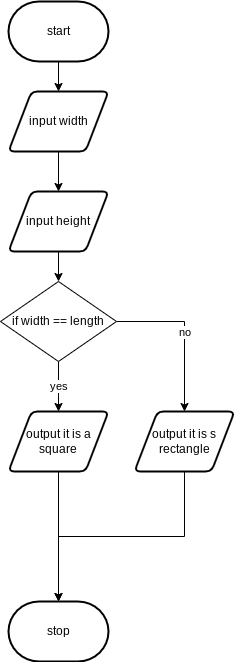
devin-jhu/ICS3U-Assignment3-Python keeps this draw.io diagram as flow.png. Above is the earlier version. Source tidied: cells renumbered, new cells last; positions are measured from the earlier drawing's top-left corner, leaving out a move shared by most shapes. Its diagram source:
```xml
<mxGraphModel>
  <root>
    <mxCell id="0" />
    <mxCell id="1" parent="0" />
    <mxCell id="2" style="edgeStyle=none;html=1;exitX=0.5;exitY=1;exitDx=0;exitDy=0;exitPerimeter=0;entryX=0.5;entryY=0;entryDx=0;entryDy=0;" parent="1" edge="1" source="3" target="5">
      <mxGeometry relative="1" as="geometry" />
    </mxCell>
    <mxCell id="3" value="start" style="strokeWidth=2;html=1;shape=mxgraph.flowchart.terminator;whiteSpace=wrap;" parent="1" vertex="1">
      <mxGeometry x="8" width="100" height="60" as="geometry" />
    </mxCell>
    <mxCell id="4" style="edgeStyle=orthogonalEdgeStyle;rounded=0;html=1;exitX=0.5;exitY=1;exitDx=0;exitDy=0;" parent="1" edge="1" source="5" target="15">
      <mxGeometry relative="1" as="geometry" />
    </mxCell>
    <mxCell id="5" value="input width" style="shape=parallelogram;html=1;strokeWidth=2;perimeter=parallelogramPerimeter;whiteSpace=wrap;rounded=1;arcSize=12;size=0.23;" parent="1" vertex="1">
      <mxGeometry x="8" y="90" width="100" height="60" as="geometry" />
    </mxCell>
    <mxCell id="6" style="edgeStyle=orthogonalEdgeStyle;rounded=0;html=1;exitX=0.5;exitY=1;exitDx=0;exitDy=0;entryX=0.5;entryY=0;entryDx=0;entryDy=0;entryPerimeter=0;" parent="1" edge="1" source="7" target="8">
      <mxGeometry relative="1" as="geometry" />
    </mxCell>
    <mxCell id="7" value="output it is a square" style="shape=parallelogram;html=1;strokeWidth=2;perimeter=parallelogramPerimeter;whiteSpace=wrap;rounded=1;arcSize=12;size=0.23;" parent="1" vertex="1">
      <mxGeometry x="8" y="410" width="100" height="60" as="geometry" />
    </mxCell>
    <mxCell id="8" value="stop" style="strokeWidth=2;html=1;shape=mxgraph.flowchart.terminator;whiteSpace=wrap;" parent="1" vertex="1">
      <mxGeometry x="8" y="600" width="100" height="60" as="geometry" />
    </mxCell>
    <mxCell id="9" value="yes" style="edgeStyle=none;html=1;exitX=0.5;exitY=1;exitDx=0;exitDy=0;entryX=0.5;entryY=0;entryDx=0;entryDy=0;" parent="1" edge="1" source="11" target="7">
      <mxGeometry relative="1" as="geometry" />
    </mxCell>
    <mxCell id="10" value="no" style="edgeStyle=orthogonalEdgeStyle;html=1;exitX=1;exitY=0.5;exitDx=0;exitDy=0;entryX=0.5;entryY=0;entryDx=0;entryDy=0;rounded=0;" parent="1" edge="1" source="11" target="13">
      <mxGeometry relative="1" as="geometry" />
    </mxCell>
    <mxCell id="11" value="if width == length" style="rhombus;whiteSpace=wrap;html=1;" parent="1" vertex="1">
      <mxGeometry y="280" width="116" height="80" as="geometry" />
    </mxCell>
    <mxCell id="12" style="edgeStyle=orthogonalEdgeStyle;rounded=0;html=1;exitX=0.5;exitY=1;exitDx=0;exitDy=0;entryX=0.5;entryY=0;entryDx=0;entryDy=0;entryPerimeter=0;" parent="1" edge="1" source="13" target="8">
      <mxGeometry relative="1" as="geometry" />
    </mxCell>
    <mxCell id="13" value="output it is s rectangle" style="shape=parallelogram;html=1;strokeWidth=2;perimeter=parallelogramPerimeter;whiteSpace=wrap;rounded=1;arcSize=12;size=0.23;" parent="1" vertex="1">
      <mxGeometry x="134" y="410" width="100" height="60" as="geometry" />
    </mxCell>
    <mxCell id="14" style="edgeStyle=orthogonalEdgeStyle;rounded=0;html=1;exitX=0.5;exitY=1;exitDx=0;exitDy=0;" parent="1" edge="1" source="15" target="11">
      <mxGeometry relative="1" as="geometry" />
    </mxCell>
    <mxCell id="15" value="input height" style="shape=parallelogram;html=1;strokeWidth=2;perimeter=parallelogramPerimeter;whiteSpace=wrap;rounded=1;arcSize=12;size=0.23;" parent="1" vertex="1">
      <mxGeometry x="8" y="190" width="100" height="60" as="geometry" />
    </mxCell>
  </root>
</mxGraphModel>
```
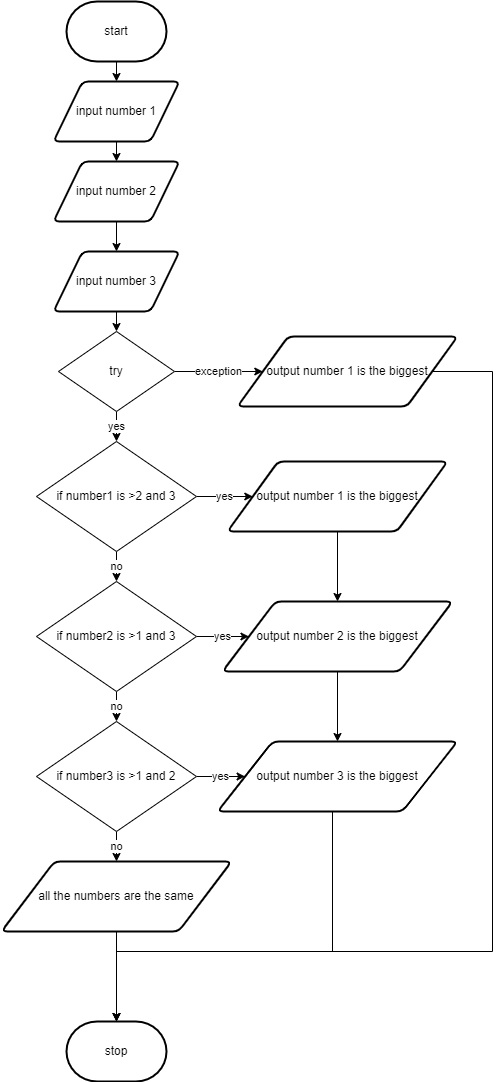
Above is the later version.

The edit, as a diff of the source:
```diff
@@ -11,38 +11,100 @@
     <mxCell id="4" style="edgeStyle=orthogonalEdgeStyle;rounded=0;html=1;exitX=0.5;exitY=1;exitDx=0;exitDy=0;" parent="1" edge="1" source="5" target="15">
       <mxGeometry relative="1" as="geometry" />
     </mxCell>
-    <mxCell id="5" value="input width" style="shape=parallelogram;html=1;strokeWidth=2;perimeter=parallelogramPerimeter;whiteSpace=wrap;rounded=1;arcSize=12;size=0.23;" parent="1" vertex="1">
-      <mxGeometry x="8" y="90" width="100" height="60" as="geometry" />
+    <mxCell id="5" value="input number 1" style="shape=parallelogram;html=1;strokeWidth=2;perimeter=parallelogramPerimeter;whiteSpace=wrap;rounded=1;arcSize=12;size=0.23;" parent="1" vertex="1">
+      <mxGeometry x="-5" y="80" width="126" height="60" as="geometry" />
     </mxCell>
-    <mxCell id="6" style="edgeStyle=orthogonalEdgeStyle;rounded=0;html=1;exitX=0.5;exitY=1;exitDx=0;exitDy=0;entryX=0.5;entryY=0;entryDx=0;entryDy=0;entryPerimeter=0;" parent="1" edge="1" source="7" target="8">
-      <mxGeometry relative="1" as="geometry" />
-    </mxCell>
-    <mxCell id="7" value="output it is a square" style="shape=parallelogram;html=1;strokeWidth=2;perimeter=parallelogramPerimeter;whiteSpace=wrap;rounded=1;arcSize=12;size=0.23;" parent="1" vertex="1">
-      <mxGeometry x="8" y="410" width="100" height="60" as="geometry" />
-    </mxCell>
     <mxCell id="8" value="stop" style="strokeWidth=2;html=1;shape=mxgraph.flowchart.terminator;whiteSpace=wrap;" parent="1" vertex="1">
-      <mxGeometry x="8" y="600" width="100" height="60" as="geometry" />
+      <mxGeometry x="8" y="1020" width="100" height="60" as="geometry" />
     </mxCell>
-    <mxCell id="9" value="yes" style="edgeStyle=none;html=1;exitX=0.5;exitY=1;exitDx=0;exitDy=0;entryX=0.5;entryY=0;entryDx=0;entryDy=0;" parent="1" edge="1" source="11" target="7">
-      <mxGeometry relative="1" as="geometry" />
-    </mxCell>
-    <mxCell id="10" value="no" style="edgeStyle=orthogonalEdgeStyle;html=1;exitX=1;exitY=0.5;exitDx=0;exitDy=0;entryX=0.5;entryY=0;entryDx=0;entryDy=0;rounded=0;" parent="1" edge="1" source="11" target="13">
-      <mxGeometry relative="1" as="geometry" />
-    </mxCell>
+    <mxCell id="16" value="yes" style="edgeStyle=none;html=1;exitX=1;exitY=0.5;exitDx=0;exitDy=0;entryX=0;entryY=0.5;entryDx=0;entryDy=0;" parent="1" edge="1" source="11" target="27">
+      <mxGeometry relative="1" as="geometry" />
+    </mxCell>
+    <mxCell id="17" value="no" style="edgeStyle=none;html=1;exitX=0.5;exitY=1;exitDx=0;exitDy=0;entryX=0.5;entryY=0;entryDx=0;entryDy=0;" parent="1" edge="1" source="11" target="22">
+      <mxGeometry relative="1" as="geometry" />
+    </mxCell>
-    <mxCell id="11" value="if width == length" style="rhombus;whiteSpace=wrap;html=1;" parent="1" vertex="1">
-      <mxGeometry y="280" width="116" height="80" as="geometry" />
+    <mxCell id="11" value="if number1 is &amp;gt;2 and 3" style="rhombus;whiteSpace=wrap;html=1;" parent="1" vertex="1">
+      <mxGeometry x="-22" y="440" width="160" height="110" as="geometry" />
     </mxCell>
     <mxCell id="12" style="edgeStyle=orthogonalEdgeStyle;rounded=0;html=1;exitX=0.5;exitY=1;exitDx=0;exitDy=0;entryX=0.5;entryY=0;entryDx=0;entryDy=0;entryPerimeter=0;" parent="1" edge="1" source="13" target="8">
-      <mxGeometry relative="1" as="geometry" />
+      <mxGeometry relative="1" as="geometry">
+        <Array as="points">
+          <mxPoint x="274" y="950" />
+          <mxPoint x="58" y="950" />
+        </Array>
+      </mxGeometry>
     </mxCell>
-    <mxCell id="13" value="output it is s rectangle" style="shape=parallelogram;html=1;strokeWidth=2;perimeter=parallelogramPerimeter;whiteSpace=wrap;rounded=1;arcSize=12;size=0.23;" parent="1" vertex="1">
-      <mxGeometry x="134" y="410" width="100" height="60" as="geometry" />
+    <mxCell id="13" value="output number 3 is the biggest" style="shape=parallelogram;html=1;strokeWidth=2;perimeter=parallelogramPerimeter;whiteSpace=wrap;rounded=1;arcSize=12;size=0.23;" parent="1" vertex="1">
+      <mxGeometry x="159" y="740" width="240" height="70" as="geometry" />
     </mxCell>
+    <mxCell id="18" style="edgeStyle=none;html=1;exitX=0.5;exitY=1;exitDx=0;exitDy=0;entryX=0.5;entryY=0;entryDx=0;entryDy=0;" parent="1" edge="1" source="15" target="33">
+      <mxGeometry relative="1" as="geometry" />
+    </mxCell>
+    <mxCell id="15" value="input number 2" style="shape=parallelogram;html=1;strokeWidth=2;perimeter=parallelogramPerimeter;whiteSpace=wrap;rounded=1;arcSize=12;size=0.23;" parent="1" vertex="1">
+      <mxGeometry x="-5" y="160" width="126" height="60" as="geometry" />
+    </mxCell>
+    <mxCell id="9" value="yes" style="edgeStyle=none;html=1;exitX=0.5;exitY=1;exitDx=0;exitDy=0;entryX=0.5;entryY=0;entryDx=0;entryDy=0;" parent="1" edge="1" source="14" target="11">
+      <mxGeometry relative="1" as="geometry" />
+    </mxCell>
+    <mxCell id="19" value="exception" style="edgeStyle=none;html=1;exitX=1;exitY=0.5;exitDx=0;exitDy=0;entryX=0;entryY=0.5;entryDx=0;entryDy=0;" parent="1" edge="1" source="14" target="35">
+      <mxGeometry relative="1" as="geometry" />
+    </mxCell>
-    <mxCell id="14" style="edgeStyle=orthogonalEdgeStyle;rounded=0;html=1;exitX=0.5;exitY=1;exitDx=0;exitDy=0;" parent="1" edge="1" source="15" target="11">
-      <mxGeometry relative="1" as="geometry" />
+    <mxCell id="14" value="try" style="rhombus;whiteSpace=wrap;html=1;" parent="1" vertex="1">
+      <mxGeometry y="330" width="116" height="80" as="geometry" />
     </mxCell>
-    <mxCell id="15" value="input height" style="shape=parallelogram;html=1;strokeWidth=2;perimeter=parallelogramPerimeter;whiteSpace=wrap;rounded=1;arcSize=12;size=0.23;" parent="1" vertex="1">
-      <mxGeometry x="8" y="190" width="100" height="60" as="geometry" />
-    </mxCell>
+    <mxCell id="20" value="yes" style="edgeStyle=none;html=1;exitX=1;exitY=0.5;exitDx=0;exitDy=0;entryX=0;entryY=0.5;entryDx=0;entryDy=0;" parent="1" edge="1" source="22" target="29">
+      <mxGeometry relative="1" as="geometry" />
+    </mxCell>
+    <mxCell id="21" value="no" style="edgeStyle=none;html=1;exitX=0.5;exitY=1;exitDx=0;exitDy=0;entryX=0.5;entryY=0;entryDx=0;entryDy=0;" parent="1" edge="1" source="22" target="25">
+      <mxGeometry relative="1" as="geometry" />
+    </mxCell>
+    <mxCell id="22" value="if number2 is &amp;gt;1 and 3" style="rhombus;whiteSpace=wrap;html=1;" parent="1" vertex="1">
+      <mxGeometry x="-22" y="580" width="160" height="110" as="geometry" />
+    </mxCell>
+    <mxCell id="23" value="yes" style="edgeStyle=none;html=1;exitX=1;exitY=0.5;exitDx=0;exitDy=0;entryX=0;entryY=0.5;entryDx=0;entryDy=0;" parent="1" edge="1" source="25" target="13">
+      <mxGeometry relative="1" as="geometry" />
+    </mxCell>
+    <mxCell id="24" value="no" style="edgeStyle=none;html=1;exitX=0.5;exitY=1;exitDx=0;exitDy=0;entryX=0.5;entryY=0;entryDx=0;entryDy=0;" parent="1" edge="1" source="25" target="31">
+      <mxGeometry relative="1" as="geometry" />
+    </mxCell>
+    <mxCell id="25" value="if number3 is &amp;gt;1 and 2" style="rhombus;whiteSpace=wrap;html=1;" parent="1" vertex="1">
+      <mxGeometry x="-22" y="720" width="160" height="110" as="geometry" />
+    </mxCell>
+    <mxCell id="26" style="edgeStyle=none;html=1;exitX=0.5;exitY=1;exitDx=0;exitDy=0;entryX=0.5;entryY=0;entryDx=0;entryDy=0;" parent="1" edge="1" source="27" target="29">
+      <mxGeometry relative="1" as="geometry" />
+    </mxCell>
+    <mxCell id="27" value="output number 1 is the biggest" style="shape=parallelogram;html=1;strokeWidth=2;perimeter=parallelogramPerimeter;whiteSpace=wrap;rounded=1;arcSize=12;size=0.23;" parent="1" vertex="1">
+      <mxGeometry x="169" y="460" width="220" height="70" as="geometry" />
+    </mxCell>
+    <mxCell id="28" style="edgeStyle=none;html=1;exitX=0.5;exitY=1;exitDx=0;exitDy=0;entryX=0.5;entryY=0;entryDx=0;entryDy=0;" parent="1" edge="1" source="29" target="13">
+      <mxGeometry relative="1" as="geometry" />
+    </mxCell>
+    <mxCell id="29" value="output number 2 is the biggest" style="shape=parallelogram;html=1;strokeWidth=2;perimeter=parallelogramPerimeter;whiteSpace=wrap;rounded=1;arcSize=12;size=0.23;" parent="1" vertex="1">
+      <mxGeometry x="164" y="600" width="230" height="70" as="geometry" />
+    </mxCell>
+    <mxCell id="30" style="edgeStyle=none;html=1;exitX=0.5;exitY=1;exitDx=0;exitDy=0;entryX=0.5;entryY=0;entryDx=0;entryDy=0;entryPerimeter=0;" parent="1" edge="1" source="31" target="8">
+      <mxGeometry relative="1" as="geometry" />
+    </mxCell>
+    <mxCell id="31" value="all the numbers are the same" style="shape=parallelogram;html=1;strokeWidth=2;perimeter=parallelogramPerimeter;whiteSpace=wrap;rounded=1;arcSize=12;size=0.23;" parent="1" vertex="1">
+      <mxGeometry x="-57" y="860" width="230" height="70" as="geometry" />
+    </mxCell>
+    <mxCell id="32" style="edgeStyle=none;html=1;exitX=0.5;exitY=1;exitDx=0;exitDy=0;entryX=0.5;entryY=0;entryDx=0;entryDy=0;" parent="1" edge="1" source="33" target="14">
+      <mxGeometry relative="1" as="geometry" />
+    </mxCell>
+    <mxCell id="33" value="input number 3" style="shape=parallelogram;html=1;strokeWidth=2;perimeter=parallelogramPerimeter;whiteSpace=wrap;rounded=1;arcSize=12;size=0.23;" parent="1" vertex="1">
+      <mxGeometry x="-5" y="250" width="126" height="60" as="geometry" />
+    </mxCell>
+    <mxCell id="34" style="edgeStyle=orthogonalEdgeStyle;html=1;exitX=1;exitY=0.5;exitDx=0;exitDy=0;entryX=0.5;entryY=0;entryDx=0;entryDy=0;entryPerimeter=0;rounded=0;" parent="1" edge="1" source="35" target="8">
+      <mxGeometry relative="1" as="geometry">
+        <Array as="points">
+          <mxPoint x="434" y="370" />
+          <mxPoint x="434" y="950" />
+          <mxPoint x="58" y="950" />
+        </Array>
+      </mxGeometry>
+    </mxCell>
+    <mxCell id="35" value="output number 1 is the biggest" style="shape=parallelogram;html=1;strokeWidth=2;perimeter=parallelogramPerimeter;whiteSpace=wrap;rounded=1;arcSize=12;size=0.23;" parent="1" vertex="1">
+      <mxGeometry x="179" y="335" width="220" height="70" as="geometry" />
+    </mxCell>
   </root>
 </mxGraphModel>
```
